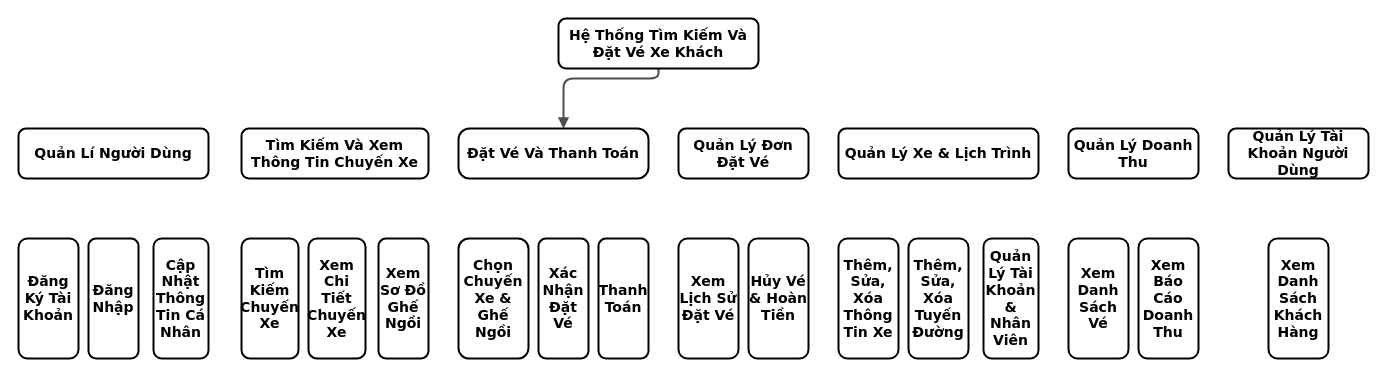
anhquan1111/PBL3 keeps this draw.io diagram as bieudophanra.drawio. Above is the earlier version. Source tidied: cells renumbered, new cells numbered last; positions are measured from the earlier drawing's top-left corner, leaving out a move shared by most shapes. Both pictures are drawn from the tidied source at 100%, with x=0, y=0 at pixel (18, 18).
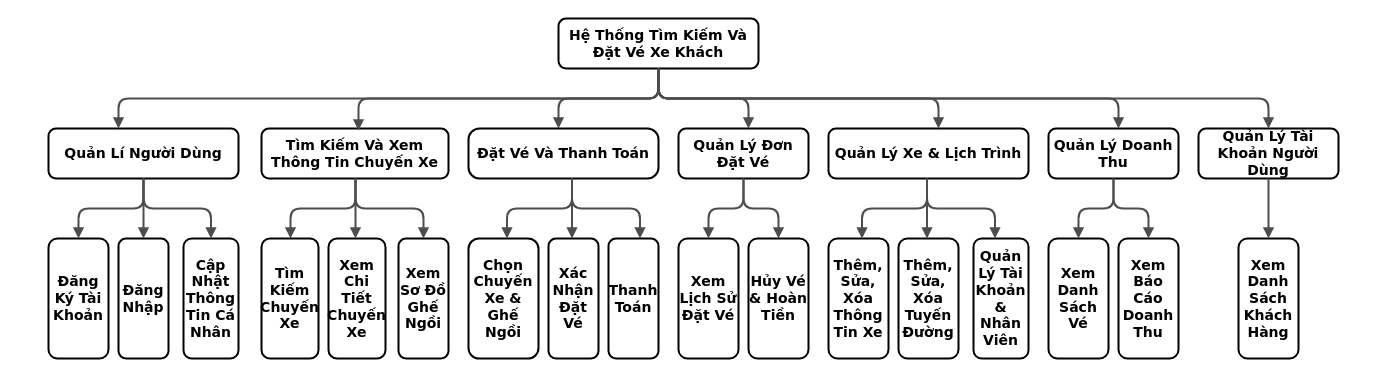
Above is the later version.

Commit message (it also covers changes not shown here):
Cập nhật bieudophanra.drawio

The change refers to these unchanged cells:
```xml
<mxCell id="7" value="&lt;font&gt;Hệ Thống Tìm Kiếm Và Đặt Vé Xe Khách&lt;/font&gt;" style="whiteSpace=wrap;html=1;rounded=1;shadow=0;comic=0;strokeWidth=2;fontFamily=Verdana;align=center;fontSize=14;fontStyle=1;" parent="1" vertex="1">
  <mxGeometry x="540" width="200" height="50" as="geometry" />
</mxCell>
<mxCell id="17" value="Xem Lịch Sử Đặt Vé" style="whiteSpace=wrap;html=1;rounded=1;shadow=0;comic=0;strokeWidth=2;fontFamily=Verdana;align=center;fontSize=14;fontStyle=1;" parent="1" vertex="1">
  <mxGeometry x="660" y="220" width="60" height="120" as="geometry" />
</mxCell>
<mxCell id="18" value="Hủy Vé &amp;amp; Hoàn Tiền" style="whiteSpace=wrap;html=1;rounded=1;shadow=0;comic=0;strokeWidth=2;fontFamily=Verdana;align=center;fontSize=14;fontStyle=1;" parent="1" vertex="1">
  <mxGeometry x="730" y="220" width="60" height="120" as="geometry" />
</mxCell>
```

Diff of the diagram source:
```diff
@@
-    <mxCell id="2" style="edgeStyle=orthogonalEdgeStyle;rounded=1;html=1;labelBackgroundColor=none;endArrow=block;endFill=1;strokeColor=#4D4D4D;strokeWidth=2;fontFamily=Verdana;fontSize=14;fontStyle=1;" parent="1" edge="1" source="7" target="8">
+    <mxCell id="2" style="edgeStyle=orthogonalEdgeStyle;rounded=1;html=1;labelBackgroundColor=none;endArrow=block;endFill=1;strokeColor=#4D4D4D;strokeWidth=2;fontFamily=Verdana;fontSize=14;fontStyle=1;exitX=0.5;exitY=1;exitDx=0;exitDy=0;" parent="1" edge="1" source="7" target="8">
       <mxGeometry relative="1" as="geometry">
         <Array as="points">
-          <mxPoint x="640" y="60" />
-          <mxPoint x="545" y="60" />
+          <mxPoint x="640" y="80" />
+          <mxPoint x="540" y="80" />
         </Array>
       </mxGeometry>
     </mxCell>
     <mxCell id="3" value="Đăng Ký Tài Khoản" style="whiteSpace=wrap;html=1;rounded=1;shadow=0;comic=0;strokeWidth=2;fontFamily=Verdana;align=center;fontSize=14;fontStyle=1;" parent="1" vertex="1">
-      <mxGeometry y="220" width="60" height="120" as="geometry" />
+      <mxGeometry x="30" y="220" width="60" height="120" as="geometry" />
     </mxCell>
     <mxCell id="4" value="Quản Lí Người Dùng" style="whiteSpace=wrap;html=1;rounded=1;shadow=0;comic=0;strokeWidth=2;fontFamily=Verdana;align=center;fontSize=14;fontStyle=1;" parent="1" vertex="1">
-      <mxGeometry y="110" width="190" height="50" as="geometry" />
+      <mxGeometry x="30" y="110" width="190" height="50" as="geometry" />
     </mxCell>
     <mxCell id="5" value="Cập Nhật Thông Tin Cá Nhân" style="whiteSpace=wrap;html=1;rounded=1;shadow=0;comic=0;strokeWidth=2;fontFamily=Verdana;align=center;fontSize=14;fontStyle=1;" parent="1" vertex="1">
-      <mxGeometry x="135" y="220" width="55" height="120" as="geometry" />
+      <mxGeometry x="165" y="220" width="55" height="120" as="geometry" />
     </mxCell>
     <mxCell id="6" value="Tìm Kiếm Và Xem Thông Tin Chuyến Xe" style="whiteSpace=wrap;html=1;rounded=1;shadow=0;comic=0;strokeWidth=2;fontFamily=Verdana;align=center;fontSize=14;fontStyle=1;" parent="1" vertex="1">
-      <mxGeometry x="223" y="110" width="187" height="50" as="geometry" />
+      <mxGeometry x="243" y="110" width="187" height="50" as="geometry" />
     </mxCell>
@@
     <mxCell id="8" value="Đặt Vé Và Thanh Toán" style="whiteSpace=wrap;html=1;rounded=1;shadow=0;comic=0;strokeWidth=2;fontFamily=Verdana;align=center;fontSize=14;fontStyle=1;arcSize=22;" parent="1" vertex="1">
-      <mxGeometry x="440" y="110" width="190" height="50" as="geometry" />
+      <mxGeometry x="450" y="110" width="190" height="50" as="geometry" />
     </mxCell>
@@
     <mxCell id="10" value="Đăng Nhập" style="whiteSpace=wrap;html=1;rounded=1;shadow=0;comic=0;strokeWidth=2;fontFamily=Verdana;align=center;fontSize=14;fontStyle=1;" parent="1" vertex="1">
-      <mxGeometry x="70" y="220" width="50" height="120" as="geometry" />
+      <mxGeometry x="100" y="220" width="50" height="120" as="geometry" />
     </mxCell>
     <mxCell id="11" value="Tìm Kiếm Chuyến Xe" style="whiteSpace=wrap;html=1;rounded=1;shadow=0;comic=0;strokeWidth=2;fontFamily=Verdana;align=center;fontSize=14;fontStyle=1;" parent="1" vertex="1">
-      <mxGeometry x="223" y="220" width="57" height="120" as="geometry" />
+      <mxGeometry x="243" y="220" width="57" height="120" as="geometry" />
     </mxCell>
     <mxCell id="12" value="Xem Sơ Đồ Ghế Ngồi" style="whiteSpace=wrap;html=1;rounded=1;shadow=0;comic=0;strokeWidth=2;fontFamily=Verdana;align=center;fontSize=14;fontStyle=1;" parent="1" vertex="1">
-      <mxGeometry x="360" y="220" width="50" height="120" as="geometry" />
+      <mxGeometry x="380" y="220" width="50" height="120" as="geometry" />
     </mxCell>
     <mxCell id="13" value="Xem Chi Tiết Chuyến Xe" style="whiteSpace=wrap;html=1;rounded=1;shadow=0;comic=0;strokeWidth=2;fontFamily=Verdana;align=center;fontSize=14;fontStyle=1;" parent="1" vertex="1">
-      <mxGeometry x="290" y="220" width="57" height="120" as="geometry" />
+      <mxGeometry x="310" y="220" width="57" height="120" as="geometry" />
     </mxCell>
     <mxCell id="14" value="Chọn Chuyến Xe &amp;amp; Ghế Ngồi" style="whiteSpace=wrap;html=1;rounded=1;shadow=0;comic=0;strokeWidth=2;fontFamily=Verdana;align=center;fontSize=14;fontStyle=1;" parent="1" vertex="1">
-      <mxGeometry x="440" y="220" width="70" height="120" as="geometry" />
+      <mxGeometry x="450" y="220" width="70" height="120" as="geometry" />
     </mxCell>
     <mxCell id="15" value="Thanh Toán" style="whiteSpace=wrap;html=1;rounded=1;shadow=0;comic=0;strokeWidth=2;fontFamily=Verdana;align=center;fontSize=14;fontStyle=1;" parent="1" vertex="1">
-      <mxGeometry x="580" y="220" width="50" height="120" as="geometry" />
+      <mxGeometry x="590" y="220" width="50" height="120" as="geometry" />
     </mxCell>
     <mxCell id="16" value="Xác Nhận Đặt Vé" style="whiteSpace=wrap;html=1;rounded=1;shadow=0;comic=0;strokeWidth=2;fontFamily=Verdana;align=center;fontSize=14;fontStyle=1;" parent="1" vertex="1">
-      <mxGeometry x="520" y="220" width="50" height="120" as="geometry" />
+      <mxGeometry x="530" y="220" width="50" height="120" as="geometry" />
     </mxCell>
@@
     <mxCell id="19" value="Thêm, Sửa, Xóa Thông Tin Xe" style="whiteSpace=wrap;html=1;rounded=1;shadow=0;comic=0;strokeWidth=2;fontFamily=Verdana;align=center;fontSize=14;fontStyle=1;" parent="1" vertex="1">
-      <mxGeometry x="820" y="220" width="60" height="120" as="geometry" />
+      <mxGeometry x="810" y="220" width="60" height="120" as="geometry" />
     </mxCell>
     <mxCell id="20" value="Quản Lý Xe &amp;amp; Lịch Trình" style="whiteSpace=wrap;html=1;rounded=1;shadow=0;comic=0;strokeWidth=2;fontFamily=Verdana;align=center;fontSize=14;fontStyle=1;" parent="1" vertex="1">
-      <mxGeometry x="820" y="110" width="200" height="50" as="geometry" />
+      <mxGeometry x="810" y="110" width="200" height="50" as="geometry" />
     </mxCell>
     <mxCell id="21" value="Quản Lý Tài Khoản &amp;amp; Nhân Viên" style="whiteSpace=wrap;html=1;rounded=1;shadow=0;comic=0;strokeWidth=2;fontFamily=Verdana;align=center;fontSize=14;fontStyle=1;" parent="1" vertex="1">
-      <mxGeometry x="965" y="220" width="55" height="120" as="geometry" />
+      <mxGeometry x="955" y="220" width="55" height="120" as="geometry" />
     </mxCell>
     <mxCell id="22" value="Quản Lý Doanh Thu" style="whiteSpace=wrap;html=1;rounded=1;shadow=0;comic=0;strokeWidth=2;fontFamily=Verdana;align=center;fontSize=14;fontStyle=1;" parent="1" vertex="1">
-      <mxGeometry x="1050" y="110" width="130" height="50" as="geometry" />
+      <mxGeometry x="1030" y="110" width="130" height="50" as="geometry" />
     </mxCell>
     <mxCell id="23" value="Quản Lý Tài Khoản Người Dùng" style="whiteSpace=wrap;html=1;rounded=1;shadow=0;comic=0;strokeWidth=2;fontFamily=Verdana;align=center;fontSize=14;fontStyle=1;" parent="1" vertex="1">
-      <mxGeometry x="1210" y="110" width="140" height="50" as="geometry" />
+      <mxGeometry x="1180" y="110" width="140" height="50" as="geometry" />
     </mxCell>
     <mxCell id="24" value="Thêm, Sửa, Xóa Tuyến Đường" style="whiteSpace=wrap;html=1;rounded=1;shadow=0;comic=0;strokeWidth=2;fontFamily=Verdana;align=center;fontSize=14;fontStyle=1;" parent="1" vertex="1">
-      <mxGeometry x="890" y="220" width="60" height="120" as="geometry" />
+      <mxGeometry x="880" y="220" width="60" height="120" as="geometry" />
     </mxCell>
     <mxCell id="25" value="Xem Danh Sách Vé" style="whiteSpace=wrap;html=1;rounded=1;shadow=0;comic=0;strokeWidth=2;fontFamily=Verdana;align=center;fontSize=14;fontStyle=1;" parent="1" vertex="1">
-      <mxGeometry x="1050" y="220" width="60" height="120" as="geometry" />
+      <mxGeometry x="1030" y="220" width="60" height="120" as="geometry" />
     </mxCell>
     <mxCell id="26" value="Xem Báo Cáo Doanh Thu" style="whiteSpace=wrap;html=1;rounded=1;shadow=0;comic=0;strokeWidth=2;fontFamily=Verdana;align=center;fontSize=14;fontStyle=1;" parent="1" vertex="1">
-      <mxGeometry x="1120" y="220" width="60" height="120" as="geometry" />
+      <mxGeometry x="1100" y="220" width="60" height="120" as="geometry" />
     </mxCell>
     <mxCell id="27" value="Xem Danh Sách Khách Hàng" style="whiteSpace=wrap;html=1;rounded=1;shadow=0;comic=0;strokeWidth=2;fontFamily=Verdana;align=center;fontSize=14;fontStyle=1;" parent="1" vertex="1">
-      <mxGeometry x="1250" y="220" width="60" height="120" as="geometry" />
+      <mxGeometry x="1220" y="220" width="60" height="120" as="geometry" />
     </mxCell>
+    <mxCell id="28" style="edgeStyle=orthogonalEdgeStyle;rounded=1;html=1;labelBackgroundColor=none;endArrow=block;endFill=1;strokeColor=#4D4D4D;strokeWidth=2;fontFamily=Verdana;fontSize=14;fontStyle=1;exitX=0.5;exitY=1;exitDx=0;exitDy=0;entryX=0.5;entryY=0;entryDx=0;entryDy=0;" parent="1" edge="1" source="7">
+      <mxGeometry relative="1" as="geometry">
+        <mxPoint x="100" y="110" as="targetPoint" />
+        <Array as="points">
+          <mxPoint x="640" y="80" />
+          <mxPoint x="100" y="80" />
+        </Array>
+      </mxGeometry>
+    </mxCell>
+    <mxCell id="29" style="edgeStyle=orthogonalEdgeStyle;rounded=1;html=1;labelBackgroundColor=none;endArrow=block;endFill=1;strokeColor=#4D4D4D;strokeWidth=2;fontFamily=Verdana;fontSize=14;fontStyle=1;" parent="1" edge="1">
+      <mxGeometry relative="1" as="geometry">
+        <mxPoint x="640" y="50" as="sourcePoint" />
+        <mxPoint x="730" y="110" as="targetPoint" />
+        <Array as="points">
+          <mxPoint x="640" y="80" />
+          <mxPoint x="730" y="80" />
+        </Array>
+      </mxGeometry>
+    </mxCell>
+    <mxCell id="30" style="edgeStyle=orthogonalEdgeStyle;rounded=1;html=1;labelBackgroundColor=none;endArrow=block;endFill=1;strokeColor=#4D4D4D;strokeWidth=2;fontFamily=Verdana;fontSize=14;fontStyle=1;exitX=0.5;exitY=1;exitDx=0;exitDy=0;" parent="1" edge="1" source="7">
+      <mxGeometry relative="1" as="geometry">
+        <mxPoint x="920" y="110" as="targetPoint" />
+        <Array as="points">
+          <mxPoint x="640" y="80" />
+          <mxPoint x="920" y="80" />
+        </Array>
+      </mxGeometry>
+    </mxCell>
+    <mxCell id="31" style="edgeStyle=orthogonalEdgeStyle;rounded=1;html=1;labelBackgroundColor=none;endArrow=block;endFill=1;strokeColor=#4D4D4D;strokeWidth=2;fontFamily=Verdana;fontSize=14;fontStyle=1;exitX=0.5;exitY=1;exitDx=0;exitDy=0;" parent="1" edge="1" source="7">
+      <mxGeometry relative="1" as="geometry">
+        <mxPoint x="1100" y="110" as="targetPoint" />
+        <Array as="points">
+          <mxPoint x="640" y="80" />
+          <mxPoint x="1100" y="80" />
+          <mxPoint x="1100" y="110" />
+        </Array>
+      </mxGeometry>
+    </mxCell>
+    <mxCell id="32" style="edgeStyle=orthogonalEdgeStyle;rounded=1;html=1;labelBackgroundColor=none;endArrow=block;endFill=1;strokeColor=#4D4D4D;strokeWidth=2;fontFamily=Verdana;fontSize=14;fontStyle=1;exitX=0.5;exitY=1;exitDx=0;exitDy=0;" parent="1" edge="1" source="7">
+      <mxGeometry relative="1" as="geometry">
+        <mxPoint x="1250" y="110" as="targetPoint" />
+        <Array as="points">
+          <mxPoint x="640" y="80" />
+          <mxPoint x="1250" y="80" />
+          <mxPoint x="1250" y="110" />
+        </Array>
+      </mxGeometry>
+    </mxCell>
+    <mxCell id="33" style="edgeStyle=orthogonalEdgeStyle;rounded=1;html=1;labelBackgroundColor=none;endArrow=block;endFill=1;strokeColor=#4D4D4D;strokeWidth=2;fontFamily=Verdana;fontSize=14;fontStyle=1;exitX=0.5;exitY=1;exitDx=0;exitDy=0;" parent="1" edge="1" source="7">
+      <mxGeometry relative="1" as="geometry">
+        <mxPoint x="340" y="112" as="targetPoint" />
+        <Array as="points">
+          <mxPoint x="640" y="80" />
+          <mxPoint x="340" y="80" />
+        </Array>
+      </mxGeometry>
+    </mxCell>
+    <mxCell id="34" style="edgeStyle=orthogonalEdgeStyle;rounded=1;html=1;labelBackgroundColor=none;endArrow=block;endFill=1;strokeColor=#4D4D4D;strokeWidth=2;fontFamily=Verdana;fontSize=14;fontStyle=1;exitX=0.5;exitY=1;exitDx=0;exitDy=0;entryX=0.5;entryY=0;entryDx=0;entryDy=0;" parent="1" edge="1" source="4" target="3">
+      <mxGeometry relative="1" as="geometry">
+        <Array as="points">
+          <mxPoint x="125" y="190" />
+          <mxPoint x="60" y="190" />
+        </Array>
+      </mxGeometry>
+    </mxCell>
+    <mxCell id="35" style="edgeStyle=orthogonalEdgeStyle;rounded=1;html=1;labelBackgroundColor=none;endArrow=block;endFill=1;strokeColor=#4D4D4D;strokeWidth=2;fontFamily=Verdana;fontSize=14;fontStyle=1;exitX=0.5;exitY=1;exitDx=0;exitDy=0;entryX=0.5;entryY=0;entryDx=0;entryDy=0;" parent="1" edge="1" source="4" target="10">
+      <mxGeometry relative="1" as="geometry">
+        <Array as="points">
+          <mxPoint x="125" y="210" />
+          <mxPoint x="125" y="210" />
+        </Array>
+      </mxGeometry>
+    </mxCell>
+    <mxCell id="36" style="edgeStyle=orthogonalEdgeStyle;rounded=1;html=1;labelBackgroundColor=none;endArrow=block;endFill=1;strokeColor=#4D4D4D;strokeWidth=2;fontFamily=Verdana;fontSize=14;fontStyle=1;exitX=0.5;exitY=1;exitDx=0;exitDy=0;entryX=0.5;entryY=0;entryDx=0;entryDy=0;" parent="1" edge="1" source="4" target="5">
+      <mxGeometry relative="1" as="geometry">
+        <Array as="points">
+          <mxPoint x="125" y="190" />
+          <mxPoint x="193" y="190" />
+          <mxPoint x="193" y="220" />
+        </Array>
+      </mxGeometry>
+    </mxCell>
+    <mxCell id="37" style="edgeStyle=orthogonalEdgeStyle;rounded=1;html=1;labelBackgroundColor=none;endArrow=block;endFill=1;strokeColor=#4D4D4D;strokeWidth=2;fontFamily=Verdana;fontSize=14;fontStyle=1;exitX=0.5;exitY=1;exitDx=0;exitDy=0;entryX=0.5;entryY=0;entryDx=0;entryDy=0;" parent="1" edge="1">
+      <mxGeometry relative="1" as="geometry">
+        <mxPoint x="337" y="160" as="sourcePoint" />
+        <mxPoint x="272" y="220" as="targetPoint" />
+        <Array as="points">
+          <mxPoint x="337" y="190" />
+          <mxPoint x="272" y="190" />
+        </Array>
+      </mxGeometry>
+    </mxCell>
+    <mxCell id="38" style="edgeStyle=orthogonalEdgeStyle;rounded=1;html=1;labelBackgroundColor=none;endArrow=block;endFill=1;strokeColor=#4D4D4D;strokeWidth=2;fontFamily=Verdana;fontSize=14;fontStyle=1;exitX=0.5;exitY=1;exitDx=0;exitDy=0;entryX=0.5;entryY=0;entryDx=0;entryDy=0;" parent="1" edge="1">
+      <mxGeometry relative="1" as="geometry">
+        <mxPoint x="337" y="160" as="sourcePoint" />
+        <mxPoint x="337" y="220" as="targetPoint" />
+        <Array as="points">
+          <mxPoint x="337" y="210" />
+          <mxPoint x="337" y="210" />
+        </Array>
+      </mxGeometry>
+    </mxCell>
+    <mxCell id="39" style="edgeStyle=orthogonalEdgeStyle;rounded=1;html=1;labelBackgroundColor=none;endArrow=block;endFill=1;strokeColor=#4D4D4D;strokeWidth=2;fontFamily=Verdana;fontSize=14;fontStyle=1;exitX=0.5;exitY=1;exitDx=0;exitDy=0;entryX=0.5;entryY=0;entryDx=0;entryDy=0;" parent="1" edge="1">
+      <mxGeometry relative="1" as="geometry">
+        <mxPoint x="337" y="160" as="sourcePoint" />
+        <mxPoint x="405" y="220" as="targetPoint" />
+        <Array as="points">
+          <mxPoint x="337" y="190" />
+          <mxPoint x="405" y="190" />
+          <mxPoint x="405" y="220" />
+        </Array>
+      </mxGeometry>
+    </mxCell>
+    <mxCell id="40" style="edgeStyle=orthogonalEdgeStyle;rounded=1;html=1;labelBackgroundColor=none;endArrow=block;endFill=1;strokeColor=#4D4D4D;strokeWidth=2;fontFamily=Verdana;fontSize=14;fontStyle=1;exitX=0.5;exitY=1;exitDx=0;exitDy=0;entryX=0.5;entryY=0;entryDx=0;entryDy=0;" parent="1" edge="1">
+      <mxGeometry relative="1" as="geometry">
+        <mxPoint x="553.5" y="160" as="sourcePoint" />
+        <mxPoint x="488.5" y="220" as="targetPoint" />
+        <Array as="points">
+          <mxPoint x="553.5" y="190" />
+          <mxPoint x="488.5" y="190" />
+        </Array>
+      </mxGeometry>
+    </mxCell>
+    <mxCell id="41" style="edgeStyle=orthogonalEdgeStyle;rounded=1;html=1;labelBackgroundColor=none;endArrow=block;endFill=1;strokeColor=#4D4D4D;strokeWidth=2;fontFamily=Verdana;fontSize=14;fontStyle=1;exitX=0.5;exitY=1;exitDx=0;exitDy=0;entryX=0.5;entryY=0;entryDx=0;entryDy=0;" parent="1" edge="1">
+      <mxGeometry relative="1" as="geometry">
+        <mxPoint x="553.5" y="160" as="sourcePoint" />
+        <mxPoint x="553.5" y="220" as="targetPoint" />
+        <Array as="points">
+          <mxPoint x="553.5" y="210" />
+          <mxPoint x="553.5" y="210" />
+        </Array>
+      </mxGeometry>
+    </mxCell>
+    <mxCell id="42" style="edgeStyle=orthogonalEdgeStyle;rounded=1;html=1;labelBackgroundColor=none;endArrow=block;endFill=1;strokeColor=#4D4D4D;strokeWidth=2;fontFamily=Verdana;fontSize=14;fontStyle=1;exitX=0.5;exitY=1;exitDx=0;exitDy=0;entryX=0.5;entryY=0;entryDx=0;entryDy=0;" parent="1" edge="1">
+      <mxGeometry relative="1" as="geometry">
+        <mxPoint x="553.5" y="160" as="sourcePoint" />
+        <mxPoint x="621.5" y="220" as="targetPoint" />
+        <Array as="points">
+          <mxPoint x="553.5" y="190" />
+          <mxPoint x="621.5" y="190" />
+        </Array>
+      </mxGeometry>
+    </mxCell>
+    <mxCell id="43" style="edgeStyle=orthogonalEdgeStyle;rounded=1;html=1;labelBackgroundColor=none;endArrow=block;endFill=1;strokeColor=#4D4D4D;strokeWidth=2;fontFamily=Verdana;fontSize=14;fontStyle=1;exitX=0.5;exitY=1;exitDx=0;exitDy=0;entryX=0.5;entryY=0;entryDx=0;entryDy=0;" parent="1" edge="1" target="17">
+      <mxGeometry relative="1" as="geometry">
+        <mxPoint x="725" y="160" as="sourcePoint" />
+        <Array as="points">
+          <mxPoint x="725" y="190" />
+          <mxPoint x="690" y="190" />
+        </Array>
+      </mxGeometry>
+    </mxCell>
+    <mxCell id="44" style="edgeStyle=orthogonalEdgeStyle;rounded=1;html=1;labelBackgroundColor=none;endArrow=block;endFill=1;strokeColor=#4D4D4D;strokeWidth=2;fontFamily=Verdana;fontSize=14;fontStyle=1;exitX=0.5;exitY=1;exitDx=0;exitDy=0;entryX=0.5;entryY=0;entryDx=0;entryDy=0;" parent="1" edge="1" target="18">
+      <mxGeometry relative="1" as="geometry">
+        <mxPoint x="725" y="160" as="sourcePoint" />
+        <Array as="points">
+          <mxPoint x="725" y="190" />
+          <mxPoint x="760" y="190" />
+        </Array>
+      </mxGeometry>
+    </mxCell>
+    <mxCell id="45" style="edgeStyle=orthogonalEdgeStyle;rounded=1;html=1;labelBackgroundColor=none;endArrow=block;endFill=1;strokeColor=#4D4D4D;strokeWidth=2;fontFamily=Verdana;fontSize=14;fontStyle=1;exitX=0.5;exitY=1;exitDx=0;exitDy=0;entryX=0.5;entryY=0;entryDx=0;entryDy=0;" parent="1" edge="1">
+      <mxGeometry relative="1" as="geometry">
+        <mxPoint x="908.5" y="160" as="sourcePoint" />
+        <mxPoint x="843.5" y="220" as="targetPoint" />
+        <Array as="points">
+          <mxPoint x="908.5" y="190" />
+          <mxPoint x="843.5" y="190" />
+        </Array>
+      </mxGeometry>
+    </mxCell>
+    <mxCell id="46" style="edgeStyle=orthogonalEdgeStyle;rounded=1;html=1;labelBackgroundColor=none;endArrow=block;endFill=1;strokeColor=#4D4D4D;strokeWidth=2;fontFamily=Verdana;fontSize=14;fontStyle=1;exitX=0.5;exitY=1;exitDx=0;exitDy=0;entryX=0.5;entryY=0;entryDx=0;entryDy=0;" parent="1" edge="1">
+      <mxGeometry relative="1" as="geometry">
+        <mxPoint x="908.5" y="160" as="sourcePoint" />
+        <mxPoint x="908.5" y="220" as="targetPoint" />
+        <Array as="points">
+          <mxPoint x="908.5" y="210" />
+          <mxPoint x="908.5" y="210" />
+        </Array>
+      </mxGeometry>
+    </mxCell>
+    <mxCell id="47" style="edgeStyle=orthogonalEdgeStyle;rounded=1;html=1;labelBackgroundColor=none;endArrow=block;endFill=1;strokeColor=#4D4D4D;strokeWidth=2;fontFamily=Verdana;fontSize=14;fontStyle=1;exitX=0.5;exitY=1;exitDx=0;exitDy=0;entryX=0.5;entryY=0;entryDx=0;entryDy=0;" parent="1" edge="1">
+      <mxGeometry relative="1" as="geometry">
+        <mxPoint x="908.5" y="160" as="sourcePoint" />
+        <mxPoint x="976.5" y="220" as="targetPoint" />
+        <Array as="points">
+          <mxPoint x="908.5" y="190" />
+          <mxPoint x="976.5" y="190" />
+          <mxPoint x="976.5" y="220" />
+        </Array>
+      </mxGeometry>
+    </mxCell>
+    <mxCell id="48" style="edgeStyle=orthogonalEdgeStyle;rounded=1;html=1;labelBackgroundColor=none;endArrow=block;endFill=1;strokeColor=#4D4D4D;strokeWidth=2;fontFamily=Verdana;fontSize=14;fontStyle=1;exitX=0.5;exitY=1;exitDx=0;exitDy=0;entryX=0.5;entryY=0;entryDx=0;entryDy=0;" parent="1" edge="1">
+      <mxGeometry relative="1" as="geometry">
+        <mxPoint x="1095" y="160" as="sourcePoint" />
+        <mxPoint x="1060" y="220" as="targetPoint" />
+        <Array as="points">
+          <mxPoint x="1095" y="190" />
+          <mxPoint x="1060" y="190" />
+        </Array>
+      </mxGeometry>
+    </mxCell>
+    <mxCell id="49" style="edgeStyle=orthogonalEdgeStyle;rounded=1;html=1;labelBackgroundColor=none;endArrow=block;endFill=1;strokeColor=#4D4D4D;strokeWidth=2;fontFamily=Verdana;fontSize=14;fontStyle=1;exitX=0.5;exitY=1;exitDx=0;exitDy=0;entryX=0.5;entryY=0;entryDx=0;entryDy=0;" parent="1" edge="1">
+      <mxGeometry relative="1" as="geometry">
+        <mxPoint x="1095" y="160" as="sourcePoint" />
+        <mxPoint x="1130" y="220" as="targetPoint" />
+        <Array as="points">
+          <mxPoint x="1095" y="190" />
+          <mxPoint x="1130" y="190" />
+        </Array>
+      </mxGeometry>
+    </mxCell>
+    <mxCell id="50" style="edgeStyle=orthogonalEdgeStyle;rounded=1;html=1;labelBackgroundColor=none;endArrow=block;endFill=1;strokeColor=#4D4D4D;strokeWidth=2;fontFamily=Verdana;fontSize=14;fontStyle=1;exitX=0.5;exitY=1;exitDx=0;exitDy=0;entryX=0.5;entryY=0;entryDx=0;entryDy=0;" parent="1" edge="1" target="27">
+      <mxGeometry relative="1" as="geometry">
+        <mxPoint x="1250" y="160" as="sourcePoint" />
+        <Array as="points">
+          <mxPoint x="1250" y="210" />
+          <mxPoint x="1250" y="210" />
+        </Array>
+      </mxGeometry>
+    </mxCell>
```
